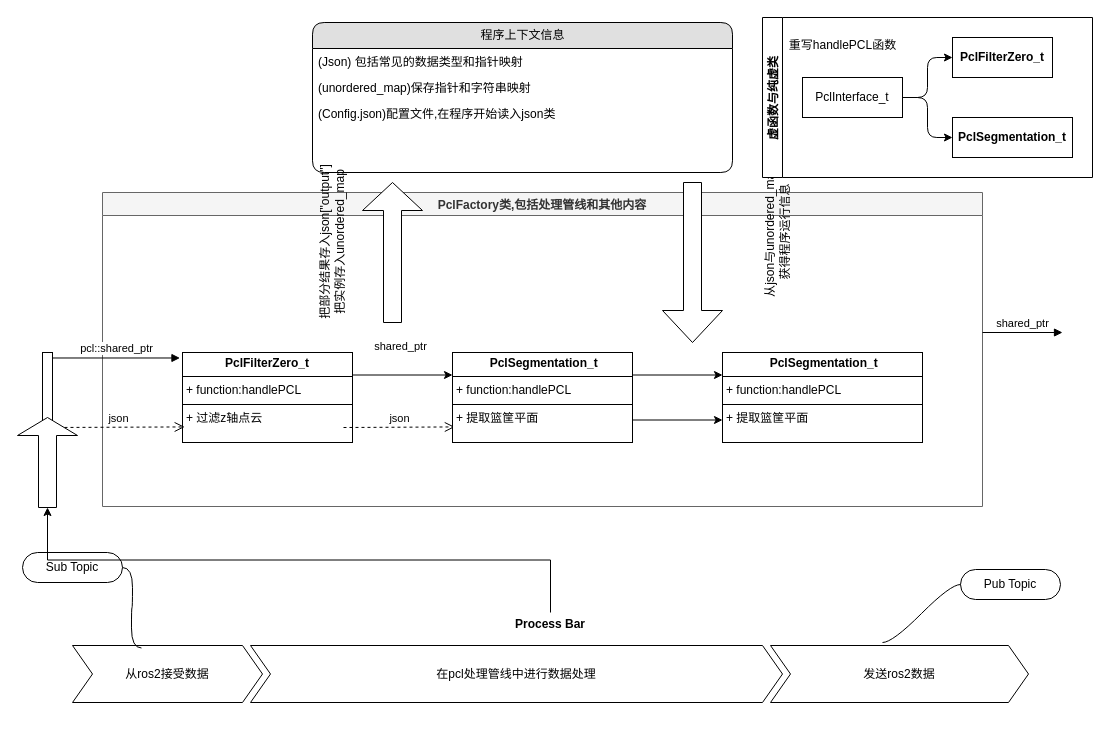
Before: 未命名绘图.drawio in Elaina-rascal/drawing, a draw.io diagram. Source tidied: cells renumbered, new cells numbered last; positions are measured from the earlier drawing's top-left corner, leaving out a move shared by most shapes. Both pictures are drawn from the tidied source at 100%, with x=0, y=0 at pixel (2, 17).
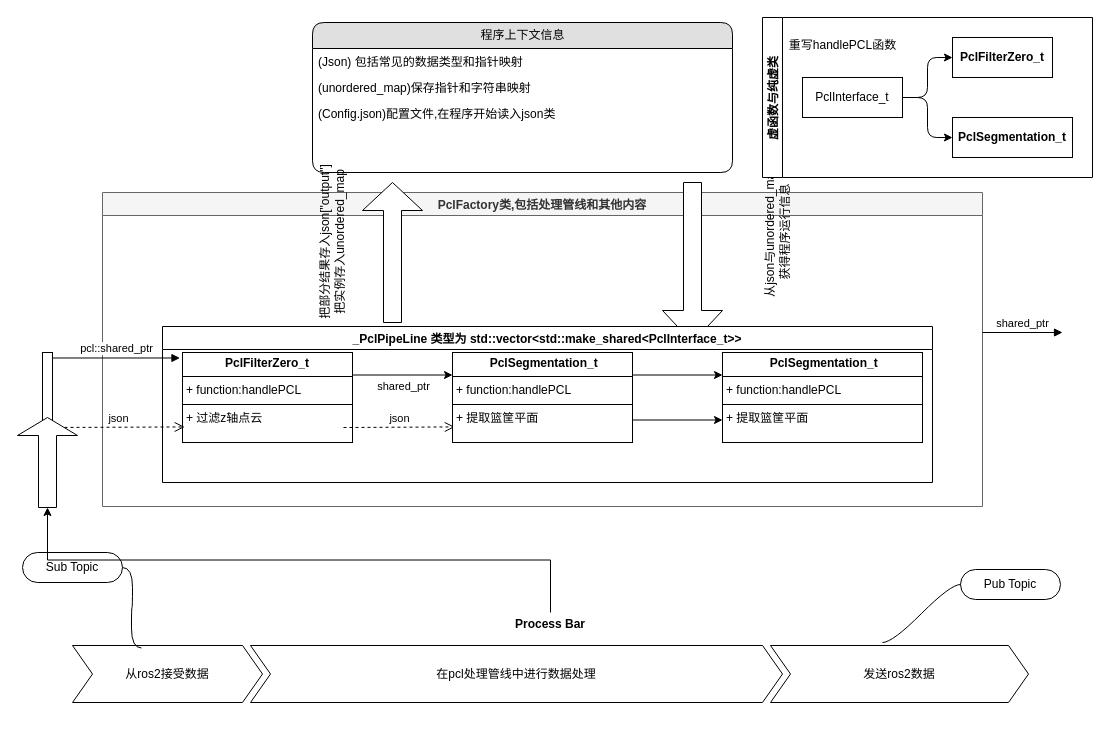
The same page after the edit.

Commit message:
更新未命名绘图.drawio

The change refers to these unchanged cells:
```xml
<mxCell id="10" value="PclFactory类,包括处理管线和其他内容" style="swimlane;fillColor=#f5f5f5;fontColor=#333333;strokeColor=#666666;" parent="1" vertex="1">
  <mxGeometry x="100" y="175" width="880" height="314" as="geometry" />
</mxCell>
<mxCell id="16" style="edgeStyle=orthogonalEdgeStyle;rounded=0;jettySize=auto;html=1;exitX=1;exitY=0.25;exitDx=0;exitDy=0;entryX=0;entryY=0.25;entryDx=0;entryDy=0;" parent="10" edge="1" source="13" target="15">
  <mxGeometry relative="1" as="geometry" />
</mxCell>
```

The edit, as a diff of the source:
```diff
@@
     <mxCell id="17" value="shared_ptr&lt;div&gt;&lt;br&gt;&lt;/div&gt;" style="edgeLabel;html=1;align=center;verticalAlign=middle;" parent="16" vertex="1">
       <mxGeometry x="-0.07" y="4" relative="1" as="geometry">
-        <mxPoint y="-18" as="offset" />
+        <mxPoint x="3" y="22" as="offset" />
       </mxGeometry>
     </mxCell>
@@
+    <mxCell id="41" value="_PclPipeLine 类型为 std::vector&lt;std::make_shared&lt;PclInterface_t&gt;&gt;" style="swimlane;" parent="10" vertex="1">
+      <mxGeometry x="60" y="134" width="770" height="156" as="geometry" />
+    </mxCell>
```
